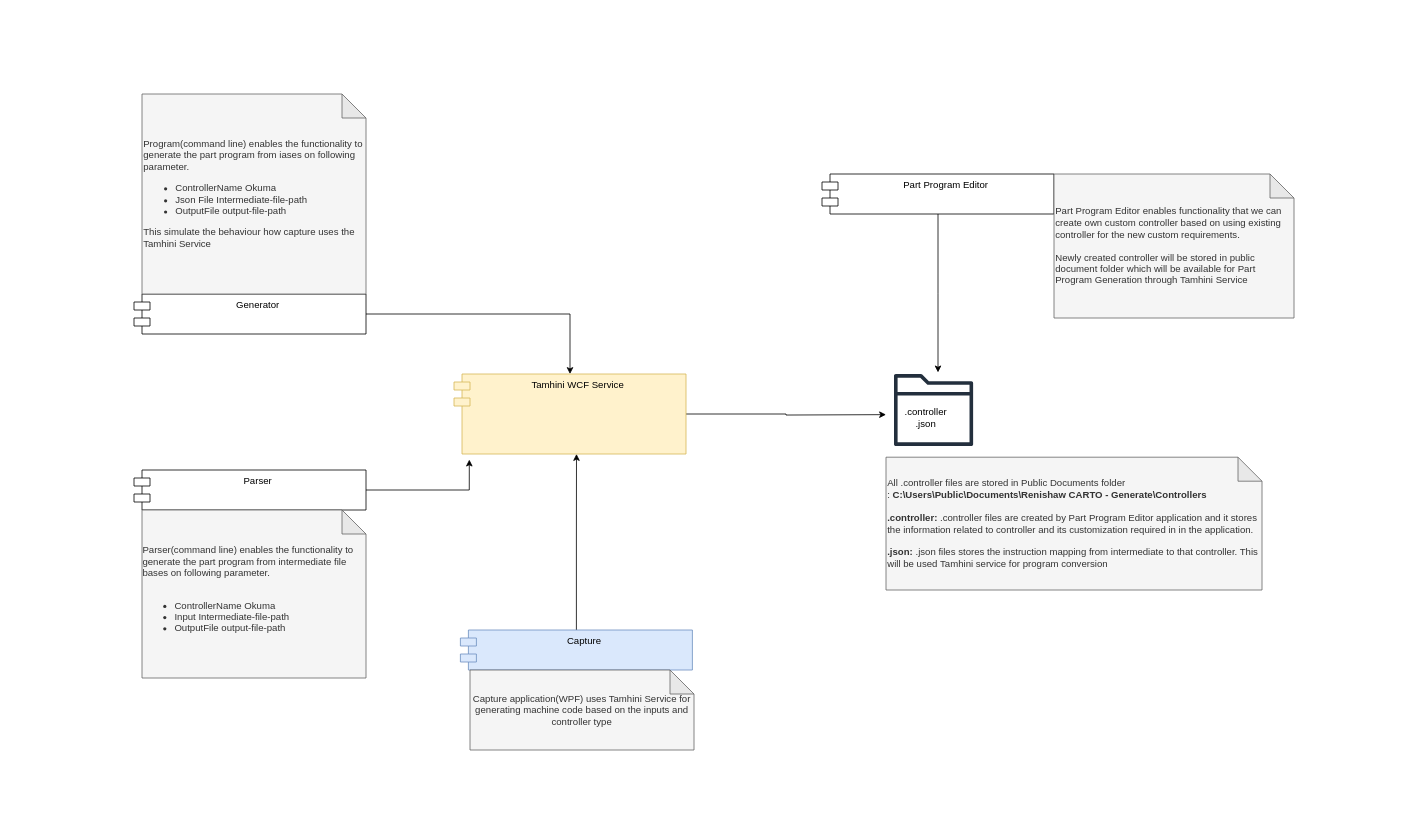
Above: Tamhmini High level Diagram.drawio in AmolSJawalkar/DrawIO (draw.io), before the change. Source tidied: cells renumbered, new cells numbered last; positions are measured from the earlier drawing's top-left corner, leaving out a move shared by most shapes. Both pictures are drawn from the tidied source at 80%, with x=0, y=0 at pixel (134, 94).
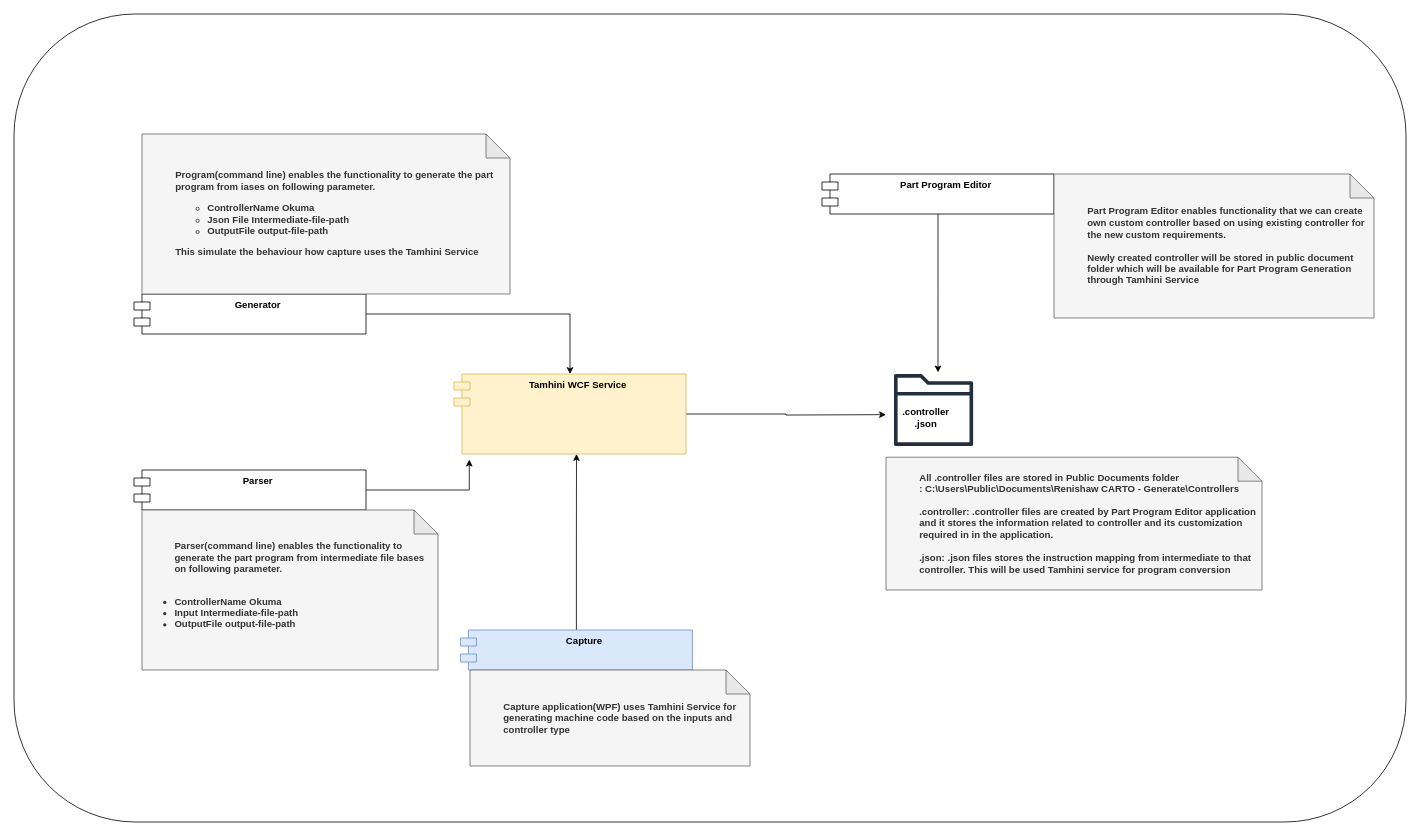
After the change.

Diff of the diagram source:
```diff
@@
+    <mxCell id="20" style="rounded=1;whiteSpace=wrap;html=1;fontStyle=1;" parent="1" vertex="1">
+      <mxGeometry x="-150" y="-100" width="1740" height="1010" as="geometry" />
+    </mxCell>
-    <mxCell id="2" style="edgeStyle=orthogonalEdgeStyle;rounded=0;jettySize=auto;html=1;" parent="1" edge="1" source="3">
+    <mxCell id="2" style="edgeStyle=orthogonalEdgeStyle;rounded=0;jettySize=auto;html=1;fontStyle=1;" parent="1" edge="1" source="3">
       <mxGeometry relative="1" as="geometry">
         <mxPoint x="940" y="400.8" as="targetPoint" />
       </mxGeometry>
     </mxCell>
-    <mxCell id="3" value="Tamhini WCF Service" style="shape=module;align=left;spacingLeft=20;align=center;verticalAlign=top;whiteSpace=wrap;html=1;fillColor=#fff2cc;strokeColor=#d6b656;" parent="1" vertex="1">
+    <mxCell id="3" value="Tamhini WCF Service" style="shape=module;align=left;spacingLeft=20;align=center;verticalAlign=top;whiteSpace=wrap;html=1;fillColor=#fff2cc;strokeColor=#d6b656;fontStyle=1;" parent="1" vertex="1">
       <mxGeometry x="400" y="350" width="290" height="100" as="geometry" />
     </mxCell>
-    <mxCell id="4" style="edgeStyle=orthogonalEdgeStyle;rounded=0;jettySize=auto;html=1;entryX=0.066;entryY=1.07;entryDx=0;entryDy=0;entryPerimeter=0;" parent="1" edge="1" source="5" target="3">
+    <mxCell id="4" style="edgeStyle=orthogonalEdgeStyle;rounded=0;jettySize=auto;html=1;entryX=0.066;entryY=1.07;entryDx=0;entryDy=0;entryPerimeter=0;fontStyle=1;" parent="1" edge="1" source="5" target="3">
       <mxGeometry relative="1" as="geometry" />
     </mxCell>
-    <mxCell id="5" value="Parser" style="shape=module;align=left;spacingLeft=20;align=center;verticalAlign=top;whiteSpace=wrap;html=1;" parent="1" vertex="1">
+    <mxCell id="5" value="Parser" style="shape=module;align=left;spacingLeft=20;align=center;verticalAlign=top;whiteSpace=wrap;html=1;fontStyle=1;" parent="1" vertex="1">
       <mxGeometry y="470" width="290" height="50" as="geometry" />
     </mxCell>
-    <mxCell id="6" style="edgeStyle=orthogonalEdgeStyle;rounded=0;jettySize=auto;html=1;" parent="1" edge="1" source="7" target="3">
+    <mxCell id="6" style="edgeStyle=orthogonalEdgeStyle;rounded=0;jettySize=auto;html=1;fontStyle=1;" parent="1" edge="1" source="7" target="3">
       <mxGeometry relative="1" as="geometry" />
     </mxCell>
-    <mxCell id="7" value="Generator" style="shape=module;align=left;spacingLeft=20;align=center;verticalAlign=top;whiteSpace=wrap;html=1;" parent="1" vertex="1">
+    <mxCell id="7" value="Generator" style="shape=module;align=left;spacingLeft=20;align=center;verticalAlign=top;whiteSpace=wrap;html=1;fontStyle=1;" parent="1" vertex="1">
       <mxGeometry y="250" width="290" height="50" as="geometry" />
     </mxCell>
-    <mxCell id="8" style="edgeStyle=orthogonalEdgeStyle;rounded=0;jettySize=auto;html=1;entryX=0.528;entryY=1;entryDx=0;entryDy=0;entryPerimeter=0;" parent="1" edge="1" source="9" target="3">
+    <mxCell id="8" style="edgeStyle=orthogonalEdgeStyle;rounded=0;jettySize=auto;html=1;entryX=0.528;entryY=1;entryDx=0;entryDy=0;entryPerimeter=0;fontStyle=1;" parent="1" edge="1" source="9" target="3">
       <mxGeometry relative="1" as="geometry" />
     </mxCell>
-    <mxCell id="9" value="Capture" style="shape=module;align=left;spacingLeft=20;align=center;verticalAlign=top;whiteSpace=wrap;html=1;fillColor=#dae8fc;strokeColor=#6c8ebf;" parent="1" vertex="1">
+    <mxCell id="9" value="Capture" style="shape=module;align=left;spacingLeft=20;align=center;verticalAlign=top;whiteSpace=wrap;html=1;fillColor=#dae8fc;strokeColor=#6c8ebf;fontStyle=1;" parent="1" vertex="1">
       <mxGeometry x="408" y="670" width="290" height="50" as="geometry" />
     </mxCell>
-    <mxCell id="10" style="edgeStyle=orthogonalEdgeStyle;rounded=0;jettySize=auto;html=1;" parent="1" edge="1" source="11">
+    <mxCell id="10" style="edgeStyle=orthogonalEdgeStyle;rounded=0;jettySize=auto;html=1;fontStyle=1;" parent="1" edge="1" source="11">
       <mxGeometry relative="1" as="geometry">
         <mxPoint x="1005" y="348" as="targetPoint" />
       </mxGeometry>
     </mxCell>
-    <mxCell id="11" value="Part Program Editor" style="shape=module;align=left;spacingLeft=20;align=center;verticalAlign=top;whiteSpace=wrap;html=1;" parent="1" vertex="1">
+    <mxCell id="11" value="Part Program Editor" style="shape=module;align=left;spacingLeft=20;align=center;verticalAlign=top;whiteSpace=wrap;html=1;fontStyle=1;" parent="1" vertex="1">
       <mxGeometry x="860" y="100" width="290" height="50" as="geometry" />
     </mxCell>
-    <mxCell id="12" value="Capture application(WPF) uses Tamhini Service for generating machine code based on the inputs and controller type" style="shape=note;whiteSpace=wrap;html=1;backgroundOutline=1;darkOpacity=0.05;fillColor=#f5f5f5;strokeColor=#666666;fontColor=#333333;" parent="1" vertex="1">
-      <mxGeometry x="420" y="720" width="280" height="100" as="geometry" />
+    <mxCell id="12" value="&lt;blockquote style=&quot;margin: 0 0 0 40px; border: none; padding: 0px;&quot;&gt;Capture application(WPF) uses Tamhini Service for generating machine code based on the inputs and controller type&lt;/blockquote&gt;" style="shape=note;whiteSpace=wrap;html=1;backgroundOutline=1;darkOpacity=0.05;fillColor=#f5f5f5;strokeColor=#666666;fontColor=#333333;align=left;fontStyle=1;" parent="1" vertex="1">
+      <mxGeometry x="420" y="720" width="350" height="120" as="geometry" />
     </mxCell>
-    <mxCell id="13" value="&lt;div style=&quot;text-align: left;&quot;&gt;&lt;span style=&quot;background-color: initial;&quot;&gt;Parser(command line) enables the functionality to generate the part program from intermediate file bases on following parameter.&lt;br&gt;&lt;br&gt;&lt;ul&gt;&lt;li&gt;&lt;span style=&quot;background-color: initial;&quot;&gt;ControllerName Okuma&lt;/span&gt;&lt;/li&gt;&lt;li&gt;&lt;span style=&quot;background-color: initial;&quot;&gt;Input Intermediate-file-path&lt;/span&gt;&lt;/li&gt;&lt;li&gt;&lt;span style=&quot;background-color: initial;&quot;&gt;OutputFile output-file-path&lt;/span&gt;&lt;/li&gt;&lt;/ul&gt;&lt;/span&gt;&lt;/div&gt;" style="shape=note;whiteSpace=wrap;html=1;backgroundOutline=1;darkOpacity=0.05;fillColor=#f5f5f5;fontColor=#333333;strokeColor=#666666;" parent="1" vertex="1">
-      <mxGeometry x="10" y="520" width="280" height="210" as="geometry" />
+    <mxCell id="13" value="&lt;blockquote style=&quot;margin: 0 0 0 40px; border: none; padding: 0px;&quot;&gt;&lt;div style=&quot;text-align: left;&quot;&gt;&lt;span style=&quot;background-color: initial;&quot;&gt;Parser(command line) enables the functionality to generate the part program from intermediate file bases on following parameter.&lt;/span&gt;&lt;/div&gt;&lt;/blockquote&gt;&lt;div style=&quot;text-align: left;&quot;&gt;&lt;span style=&quot;background-color: initial;&quot;&gt;&lt;br&gt;&lt;ul&gt;&lt;li&gt;&lt;span style=&quot;background-color: initial;&quot;&gt;ControllerName Okuma&lt;/span&gt;&lt;/li&gt;&lt;li&gt;&lt;span style=&quot;background-color: initial;&quot;&gt;Input Intermediate-file-path&lt;/span&gt;&lt;/li&gt;&lt;li&gt;&lt;span style=&quot;background-color: initial;&quot;&gt;OutputFile output-file-path&lt;/span&gt;&lt;/li&gt;&lt;/ul&gt;&lt;/span&gt;&lt;/div&gt;" style="shape=note;whiteSpace=wrap;html=1;backgroundOutline=1;darkOpacity=0.05;fillColor=#f5f5f5;fontColor=#333333;strokeColor=#666666;fontStyle=1;" parent="1" vertex="1">
+      <mxGeometry x="10" y="520" width="370" height="200" as="geometry" />
     </mxCell>
-    <mxCell id="14" value="&lt;div style=&quot;&quot;&gt;&lt;span style=&quot;background-color: initial;&quot;&gt;Program(command line) enables the functionality to generate the part program from iases on following parameter.&lt;br&gt;&lt;ul&gt;&lt;li&gt;&lt;span style=&quot;background-color: initial;&quot;&gt;ControllerName Okuma&lt;/span&gt;&lt;/li&gt;&lt;li&gt;&lt;span style=&quot;background-color: initial;&quot;&gt;Json File Intermediate-file-path&lt;/span&gt;&lt;/li&gt;&lt;li&gt;&lt;span style=&quot;background-color: initial;&quot;&gt;OutputFile output-file-path&lt;/span&gt;&lt;/li&gt;&lt;/ul&gt;&lt;div&gt;This simulate the behaviour how capture uses the Tamhini Service&lt;/div&gt;&lt;/span&gt;&lt;/div&gt;" style="shape=note;whiteSpace=wrap;html=1;backgroundOutline=1;darkOpacity=0.05;align=left;fillColor=#f5f5f5;fontColor=#333333;strokeColor=#666666;" parent="1" vertex="1">
-      <mxGeometry x="10" width="280" height="250" as="geometry" />
+    <mxCell id="14" value="&lt;blockquote style=&quot;margin: 0 0 0 40px; border: none; padding: 0px;&quot;&gt;&lt;div style=&quot;&quot;&gt;&lt;span style=&quot;background-color: initial;&quot;&gt;Program(command line) enables the functionality to generate the part program from iases on following parameter.&lt;/span&gt;&lt;/div&gt;&lt;/blockquote&gt;&lt;div style=&quot;&quot;&gt;&lt;span style=&quot;background-color: initial;&quot;&gt;&lt;ul&gt;&lt;ul&gt;&lt;li&gt;&lt;span style=&quot;background-color: initial;&quot;&gt;ControllerName Okuma&lt;/span&gt;&lt;/li&gt;&lt;li&gt;&lt;span style=&quot;background-color: initial;&quot;&gt;Json File Intermediate-file-path&lt;/span&gt;&lt;/li&gt;&lt;li&gt;&lt;span style=&quot;background-color: initial;&quot;&gt;OutputFile output-file-path&lt;/span&gt;&lt;/li&gt;&lt;/ul&gt;&lt;/ul&gt;&lt;/span&gt;&lt;/div&gt;&lt;blockquote style=&quot;margin: 0 0 0 40px; border: none; padding: 0px;&quot;&gt;&lt;div style=&quot;&quot;&gt;&lt;span style=&quot;background-color: initial;&quot;&gt;&lt;div&gt;This simulate the behaviour how capture uses the Tamhini Service&lt;/div&gt;&lt;/span&gt;&lt;/div&gt;&lt;/blockquote&gt;" style="shape=note;whiteSpace=wrap;html=1;backgroundOutline=1;darkOpacity=0.05;align=left;fillColor=#f5f5f5;fontColor=#333333;strokeColor=#666666;fontStyle=1;" parent="1" vertex="1">
+      <mxGeometry x="10" y="50" width="460" height="200" as="geometry" />
     </mxCell>
-    <mxCell id="15" value="All .controller files are stored in Public Documents folder :&amp;nbsp;&lt;b&gt;C:\Users\Public\Documents\Renishaw CARTO - Generate\Controllers&lt;br&gt;&lt;br&gt;.controller: &lt;/b&gt;.controller files are created by Part Program Editor application and it stores the information related to controller and its customization required in in the application.&lt;br&gt;&lt;br&gt;&lt;b&gt;.json: &lt;/b&gt;.json files stores the instruction mapping from intermediate to that controller. This will be used&lt;b&gt;&amp;nbsp;&lt;/b&gt;Tamhini service for program conversion" style="shape=note;whiteSpace=wrap;html=1;backgroundOutline=1;darkOpacity=0.05;align=left;fillColor=#f5f5f5;fontColor=#333333;strokeColor=#666666;" parent="1" vertex="1">
+    <mxCell id="15" value="&lt;blockquote style=&quot;margin: 0 0 0 40px; border: none; padding: 0px;&quot;&gt;All .controller files are stored in Public Documents folder :&amp;nbsp;&lt;span&gt;C:\Users\Public\Documents\Renishaw CARTO - Generate\Controllers&lt;br&gt;&lt;/span&gt;&lt;/blockquote&gt;&lt;span&gt;&lt;br&gt;&lt;/span&gt;&lt;blockquote style=&quot;margin: 0 0 0 40px; border: none; padding: 0px;&quot;&gt;&lt;span&gt;.controller: &lt;/span&gt;.controller files are created by Part Program Editor application and it stores the information related to controller and its customization required in in the application.&lt;/blockquote&gt;&lt;br&gt;&lt;blockquote style=&quot;margin: 0 0 0 40px; border: none; padding: 0px;&quot;&gt;&lt;span&gt;.json: &lt;/span&gt;.json files stores the instruction mapping from intermediate to that controller. This will be used&lt;span&gt;&amp;nbsp;&lt;/span&gt;Tamhini service for program conversion&lt;/blockquote&gt;" style="shape=note;whiteSpace=wrap;html=1;backgroundOutline=1;darkOpacity=0.05;align=left;fillColor=#f5f5f5;fontColor=#333333;strokeColor=#666666;fontStyle=1;" parent="1" vertex="1">
       <mxGeometry x="940" y="454" width="470" height="166" as="geometry" />
     </mxCell>
-    <mxCell id="16" value="&lt;div style=&quot;&quot;&gt;Part Program Editor enables functionality that we can create own custom controller based on using existing controller for the new custom requirements.&lt;br&gt;&lt;/div&gt;&lt;div style=&quot;&quot;&gt;&lt;br&gt;&lt;/div&gt;&lt;div style=&quot;&quot;&gt;Newly created controller will be stored in public document folder which will be available for Part Program Generation through Tamhini Service&lt;/div&gt;" style="shape=note;whiteSpace=wrap;html=1;backgroundOutline=1;darkOpacity=0.05;align=left;fillColor=#f5f5f5;fontColor=#333333;strokeColor=#666666;" parent="1" vertex="1">
-      <mxGeometry x="1150" y="100" width="300" height="180" as="geometry" />
+    <mxCell id="16" value="&lt;blockquote style=&quot;margin: 0 0 0 40px; border: none; padding: 0px;&quot;&gt;&lt;div style=&quot;&quot;&gt;Part Program Editor enables functionality that we can create own custom controller based on using existing controller for the new custom requirements.&lt;/div&gt;&lt;div style=&quot;&quot;&gt;&lt;br&gt;&lt;/div&gt;&lt;div style=&quot;&quot;&gt;Newly created controller will be stored in public document folder which will be available for Part Program Generation through Tamhini Service&lt;/div&gt;&lt;/blockquote&gt;" style="shape=note;whiteSpace=wrap;html=1;backgroundOutline=1;darkOpacity=0.05;align=left;fillColor=#f5f5f5;fontColor=#333333;strokeColor=#666666;fontStyle=1;" parent="1" vertex="1">
+      <mxGeometry x="1150" y="100" width="400" height="180" as="geometry" />
     </mxCell>
-    <mxCell id="17" style="group;" parent="1" vertex="1">
+    <mxCell id="17" style="group;fontStyle=1;" parent="1" vertex="1">
       <mxGeometry x="950" y="350" width="98.9" height="90" as="geometry" />
     </mxCell>
-    <mxCell id="18" style="sketch=0;fontColor=#232F3E;gradientColor=none;fillColor=#232F3D;strokeColor=none;dashed=0;verticalLabelPosition=bottom;verticalAlign=top;align=center;html=1;fontSize=12;fontStyle=0;shape=mxgraph.aws4.folder;" parent="17" vertex="1">
+    <mxCell id="18" style="sketch=0;fontColor=#232F3E;gradientColor=none;fillColor=#232F3D;strokeColor=none;dashed=0;verticalLabelPosition=bottom;verticalAlign=top;align=center;html=1;fontSize=12;fontStyle=1;shape=mxgraph.aws4.folder;" parent="17" vertex="1">
       <mxGeometry width="98.9" height="90" as="geometry" />
     </mxCell>
-    <mxCell id="19" value=".controller&lt;br&gt;.json" style="text;html=1;strokeColor=none;fillColor=none;align=center;verticalAlign=middle;whiteSpace=wrap;rounded=0;" parent="17" vertex="1">
+    <mxCell id="19" value=".controller&lt;br&gt;.json" style="text;html=1;strokeColor=none;fillColor=none;align=center;verticalAlign=middle;whiteSpace=wrap;rounded=0;fontStyle=1;" parent="17" vertex="1">
       <mxGeometry x="10" y="40" width="60" height="30" as="geometry" />
     </mxCell>
```
